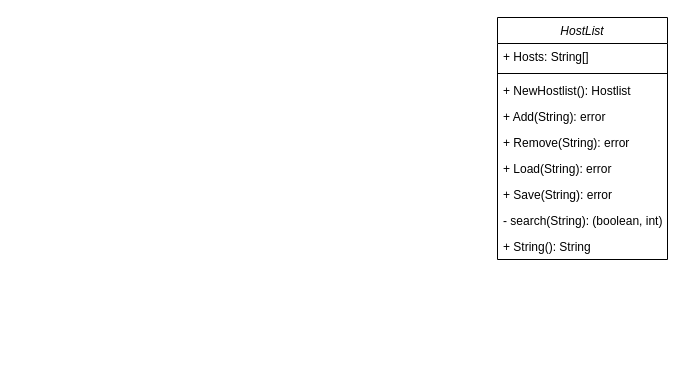
Above: Architecture.drawio in soner3/net-scan (draw.io), before the change. Source tidied: cells renumbered, new cells numbered last; positions are measured from the earlier drawing's top-left corner, leaving out a move shared by most shapes. Both pictures are drawn from the tidied source at 100%, with x=0, y=0 at pixel (497, 17).
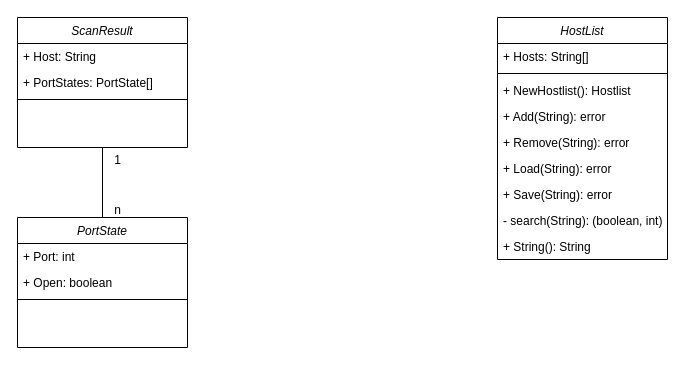
The same diagram, later.

The edit, as a diff of the source:
```diff
@@
+    <mxCell id="12" value="ScanResult" style="swimlane;fontStyle=2;align=center;verticalAlign=top;horizontal=1;startSize=26;rounded=0;shadow=0;strokeWidth=1;" parent="1" vertex="1">
+      <mxGeometry x="-480" width="170" height="130" as="geometry" />
+    </mxCell>
+    <mxCell id="13" value="+ Host: String" style="text;align=left;verticalAlign=top;spacingLeft=4;spacingRight=4;overflow=hidden;" parent="12" vertex="1">
+      <mxGeometry y="26" width="170" height="26" as="geometry" />
+    </mxCell>
+    <mxCell id="14" value="+ PortStates: PortState[]" style="text;align=left;verticalAlign=top;spacingLeft=4;spacingRight=4;overflow=hidden;" parent="12" vertex="1">
+      <mxGeometry y="52" width="170" height="26" as="geometry" />
+    </mxCell>
+    <mxCell id="15" style="line;html=1;strokeWidth=1;align=left;verticalAlign=middle;spacingTop=-1;spacingLeft=3;spacingRight=3;labelPosition=right;" parent="12" vertex="1">
+      <mxGeometry y="78" width="170" height="8" as="geometry" />
+    </mxCell>
+    <mxCell id="16" value="PortState" style="swimlane;fontStyle=2;align=center;verticalAlign=top;horizontal=1;startSize=26;rounded=0;shadow=0;strokeWidth=1;" parent="1" vertex="1">
+      <mxGeometry x="-480" y="200" width="170" height="130" as="geometry" />
+    </mxCell>
+    <mxCell id="17" value="+ Port: int" style="text;align=left;verticalAlign=top;spacingLeft=4;spacingRight=4;overflow=hidden;" parent="16" vertex="1">
+      <mxGeometry y="26" width="170" height="26" as="geometry" />
+    </mxCell>
+    <mxCell id="18" value="+ Open: boolean" style="text;align=left;verticalAlign=top;spacingLeft=4;spacingRight=4;overflow=hidden;" parent="16" vertex="1">
+      <mxGeometry y="52" width="170" height="26" as="geometry" />
+    </mxCell>
+    <mxCell id="19" style="line;html=1;strokeWidth=1;align=left;verticalAlign=middle;spacingTop=-1;spacingLeft=3;spacingRight=3;labelPosition=right;" parent="16" vertex="1">
+      <mxGeometry y="78" width="170" height="8" as="geometry" />
+    </mxCell>
+    <mxCell id="20" style="endArrow=none;html=1;rounded=0;exitX=0.5;exitY=0;exitDx=0;exitDy=0;entryX=0.5;entryY=1;entryDx=0;entryDy=0;" parent="1" edge="1" source="16" target="12">
+      <mxGeometry relative="1" as="geometry" />
+    </mxCell>
+    <mxCell id="21" value="1" style="text;html=1;align=center;verticalAlign=middle;strokeColor=none;fillColor=none;" parent="1" vertex="1">
+      <mxGeometry x="-395" y="128" width="30" height="30" as="geometry" />
+    </mxCell>
+    <mxCell id="22" value="n" style="text;html=1;align=center;verticalAlign=middle;strokeColor=none;fillColor=none;" parent="1" vertex="1">
+      <mxGeometry x="-395" y="178" width="30" height="30" as="geometry" />
+    </mxCell>
```
